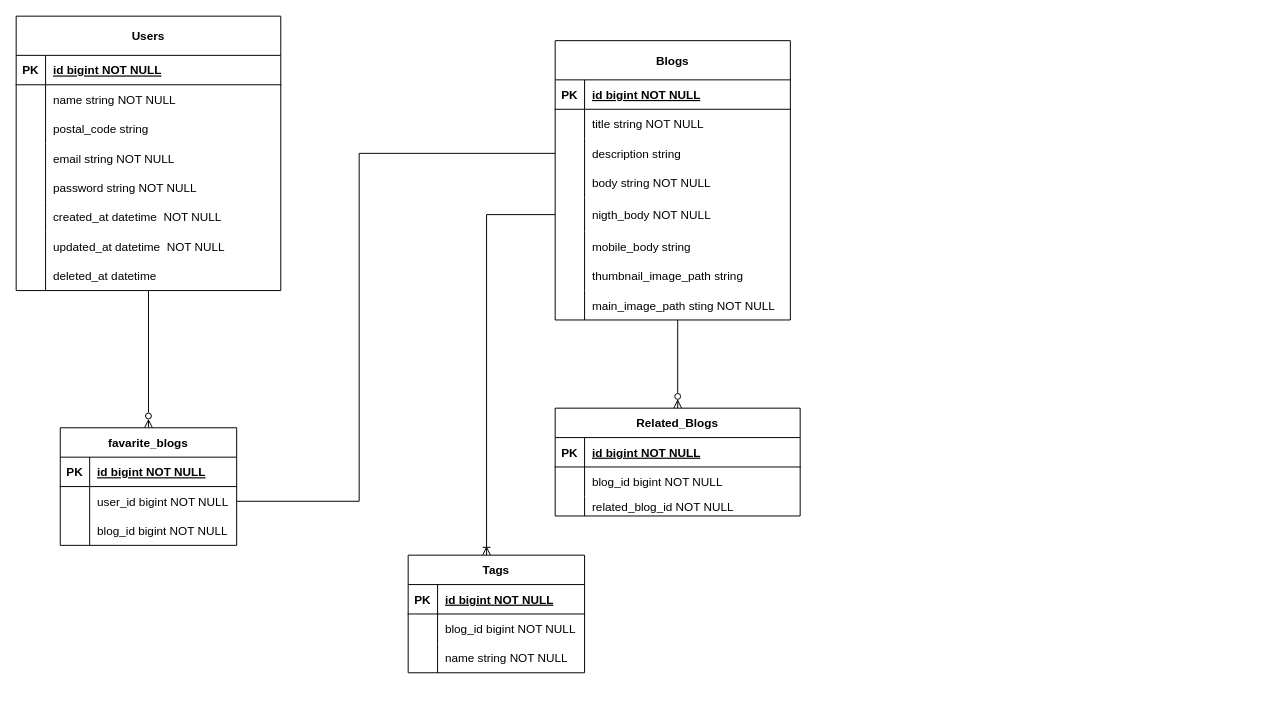
Earlier version of the draw.io diagram docs/changeable.drawio (takeruun/changeable-blog-api). Source tidied: cells renumbered, new cells numbered last; positions are measured from the earlier drawing's top-left corner, leaving out a move shared by most shapes. Both pictures are drawn from the tidied source at 98%, with x=0, y=0 at pixel (16, 16).
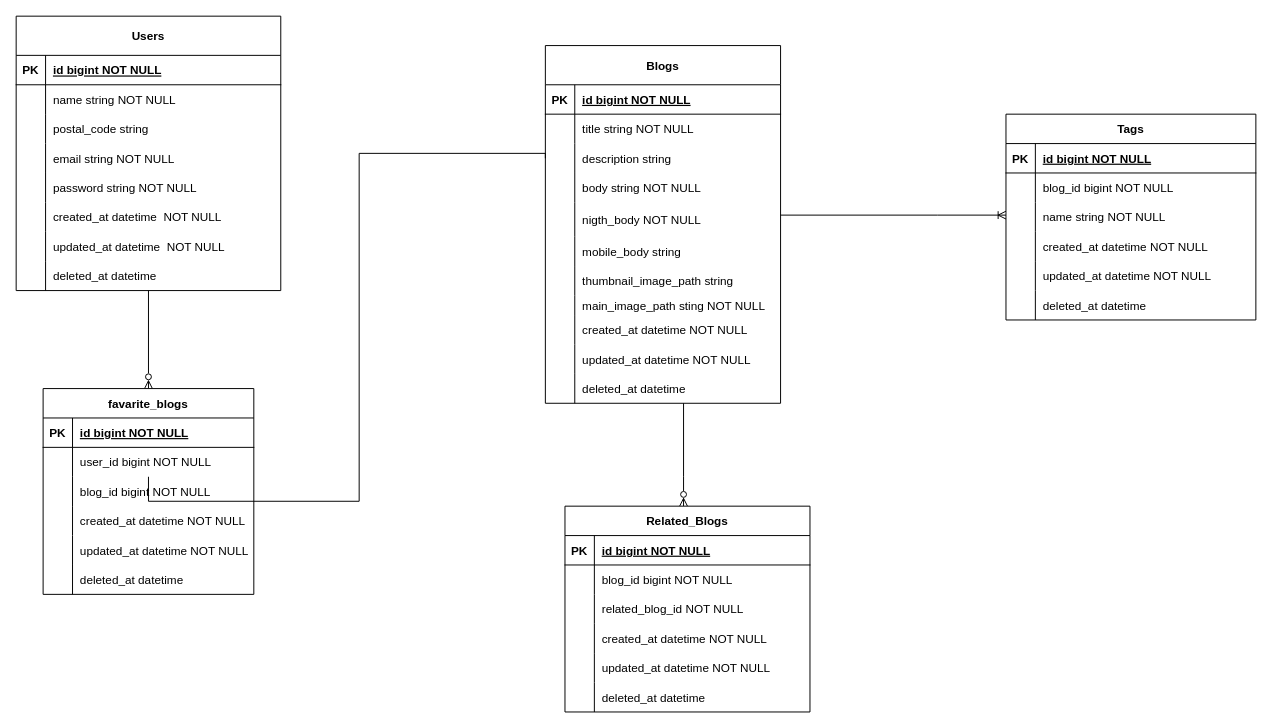
The same diagram, later.

Unchanged cells that the change refers to:
```xml
<mxCell id="40" style="shape=partialRectangle;fillColor=none;points=[[0,0.5],[1,0.5]];portConstraint=eastwest;top=0;left=0;right=0;bottom=0;" parent="27" vertex="1">
  <mxGeometry y="160" width="240" height="35" as="geometry" />
</mxCell>
```

The edit, as a diff of the source:
```diff
@@
     <mxCell id="27" value="Blogs" style="shape=table;startSize=40;childLayout=tableLayout;rowLines=0;fontStyle=1;align=center;" parent="1" vertex="1">
-      <mxGeometry x="550" y="25" width="240" height="285" as="geometry" />
+      <mxGeometry x="540" y="30" width="240" height="365" as="geometry" />
     </mxCell>
@@
     <mxCell id="49" style="shape=partialRectangle;fillColor=none;points=[[0,0.5],[1,0.5]];portConstraint=eastwest;top=0;left=0;right=0;bottom=0;" parent="27" vertex="1">
-      <mxGeometry y="255" width="240" height="30" as="geometry" />
+      <mxGeometry y="255" width="240" height="20" as="geometry" />
     </mxCell>
     <mxCell id="50" style="shape=partialRectangle;overflow=hidden;fillColor=none;top=0;left=0;bottom=0;right=0;" parent="49" vertex="1">
-      <mxGeometry width="30" height="30" as="geometry" />
+      <mxGeometry width="30" height="20" as="geometry" />
     </mxCell>
     <mxCell id="51" value="main_image_path sting NOT NULL" style="shape=partialRectangle;overflow=hidden;fillColor=none;top=0;left=0;bottom=0;right=0;align=left;spacingLeft=6;" parent="49" vertex="1">
-      <mxGeometry x="30" width="210" height="30" as="geometry" />
+      <mxGeometry x="30" width="210" height="20" as="geometry" />
     </mxCell>
+    <mxCell id="86" style="shape=partialRectangle;fillColor=none;top=0;left=0;right=0;bottom=0;" parent="27" vertex="1">
+      <mxGeometry y="275" width="240" height="30" as="geometry" />
+    </mxCell>
+    <mxCell id="87" style="shape=partialRectangle;overflow=hidden;fillColor=none;top=0;left=0;bottom=0;right=0;" parent="86" vertex="1">
+      <mxGeometry width="30" height="30" as="geometry" />
+    </mxCell>
+    <mxCell id="88" value="created_at datetime NOT NULL" style="shape=partialRectangle;overflow=hidden;fillColor=none;top=0;left=0;bottom=0;right=0;align=left;spacingLeft=6;" parent="86" vertex="1">
+      <mxGeometry x="30" width="210" height="30" as="geometry" />
+    </mxCell>
+    <mxCell id="89" style="shape=partialRectangle;fillColor=none;top=0;left=0;right=0;bottom=0;" parent="27" vertex="1">
+      <mxGeometry y="305" width="240" height="30" as="geometry" />
+    </mxCell>
+    <mxCell id="90" style="shape=partialRectangle;overflow=hidden;fillColor=none;top=0;left=0;bottom=0;right=0;" parent="89" vertex="1">
+      <mxGeometry width="30" height="30" as="geometry" />
+    </mxCell>
+    <mxCell id="91" value="updated_at datetime NOT NULL" style="shape=partialRectangle;overflow=hidden;fillColor=none;top=0;left=0;bottom=0;right=0;align=left;spacingLeft=6;" parent="89" vertex="1">
+      <mxGeometry x="30" width="210" height="30" as="geometry" />
+    </mxCell>
+    <mxCell id="92" style="shape=partialRectangle;fillColor=none;points=[[0,0.5],[1,0.5]];portConstraint=eastwest;top=0;left=0;right=0;bottom=0;" parent="27" vertex="1">
+      <mxGeometry y="335" width="240" height="30" as="geometry" />
+    </mxCell>
+    <mxCell id="93" style="shape=partialRectangle;overflow=hidden;fillColor=none;top=0;left=0;bottom=0;right=0;" parent="92" vertex="1">
+      <mxGeometry width="30" height="30" as="geometry" />
+    </mxCell>
+    <mxCell id="94" value="deleted_at datetime" style="shape=partialRectangle;overflow=hidden;fillColor=none;top=0;left=0;bottom=0;right=0;align=left;spacingLeft=6;" parent="92" vertex="1">
+      <mxGeometry x="30" width="210" height="30" as="geometry" />
+    </mxCell>
-    <mxCell id="52" style="edgeStyle=orthogonalEdgeStyle;rounded=0;jettySize=auto;html=1;endArrow=none;endFill=0;startArrow=ERzeroToMany;startFill=0;entryX=0.521;entryY=1;entryDx=0;entryDy=0;entryPerimeter=0;" parent="1" edge="1" source="53" target="49">
-      <mxGeometry relative="1" as="geometry" />
+    <mxCell id="52" style="edgeStyle=orthogonalEdgeStyle;rounded=0;jettySize=auto;html=1;endArrow=none;endFill=0;startArrow=ERzeroToMany;startFill=0;" parent="1" edge="1" source="53" target="92">
+      <mxGeometry relative="1" as="geometry">
+        <Array as="points">
+          <mxPoint x="681" y="470" />
+          <mxPoint x="681" y="470" />
+        </Array>
+      </mxGeometry>
     </mxCell>
     <mxCell id="53" value="Related_Blogs" style="shape=table;startSize=30;childLayout=tableLayout;rowLines=0;fontStyle=1;align=center;" parent="1" vertex="1">
-      <mxGeometry x="550" y="400" width="250" height="110" as="geometry" />
+      <mxGeometry x="560" y="500" width="250" height="210" as="geometry" />
     </mxCell>
@@
     <mxCell id="60" style="shape=tableRow;horizontal=0;startSize=0;swimlaneHead=0;swimlaneBody=0;fillColor=none;top=0;left=0;right=0;bottom=0;" parent="53" vertex="1">
-      <mxGeometry y="90" width="250" height="20" as="geometry" />
+      <mxGeometry y="90" width="250" height="30" as="geometry" />
     </mxCell>
     <mxCell id="61" style="shape=partialRectangle;fillColor=none;top=0;left=0;bottom=0;right=0;overflow=hidden;" parent="60" vertex="1">
-      <mxGeometry width="30" height="20" as="geometry" />
+      <mxGeometry width="30" height="30" as="geometry" />
     </mxCell>
     <mxCell id="62" value="related_blog_id NOT NULL" style="shape=partialRectangle;fillColor=none;top=0;left=0;bottom=0;right=0;align=left;spacingLeft=6;overflow=hidden;" parent="60" vertex="1">
-      <mxGeometry x="30" width="220" height="20" as="geometry" />
+      <mxGeometry x="30" width="220" height="30" as="geometry" />
     </mxCell>
+    <mxCell id="95" style="shape=tableRow;horizontal=0;startSize=0;swimlaneHead=0;swimlaneBody=0;fillColor=none;top=0;left=0;right=0;bottom=0;" parent="53" vertex="1">
+      <mxGeometry y="120" width="250" height="30" as="geometry" />
+    </mxCell>
+    <mxCell id="96" style="shape=partialRectangle;fillColor=none;top=0;left=0;bottom=0;right=0;overflow=hidden;" parent="95" vertex="1">
+      <mxGeometry width="30" height="30" as="geometry" />
+    </mxCell>
+    <mxCell id="97" value="created_at datetime NOT NULL" style="shape=partialRectangle;fillColor=none;top=0;left=0;bottom=0;right=0;align=left;spacingLeft=6;overflow=hidden;" parent="95" vertex="1">
+      <mxGeometry x="30" width="220" height="30" as="geometry" />
+    </mxCell>
+    <mxCell id="98" style="shape=tableRow;horizontal=0;startSize=0;swimlaneHead=0;swimlaneBody=0;fillColor=none;top=0;left=0;right=0;bottom=0;" parent="53" vertex="1">
+      <mxGeometry y="150" width="250" height="30" as="geometry" />
+    </mxCell>
+    <mxCell id="99" style="shape=partialRectangle;fillColor=none;top=0;left=0;bottom=0;right=0;overflow=hidden;" parent="98" vertex="1">
+      <mxGeometry width="30" height="30" as="geometry" />
+    </mxCell>
+    <mxCell id="100" value="updated_at datetime NOT NULL" style="shape=partialRectangle;fillColor=none;top=0;left=0;bottom=0;right=0;align=left;spacingLeft=6;overflow=hidden;" parent="98" vertex="1">
+      <mxGeometry x="30" width="220" height="30" as="geometry" />
+    </mxCell>
+    <mxCell id="101" style="shape=tableRow;horizontal=0;startSize=0;swimlaneHead=0;swimlaneBody=0;fillColor=none;top=0;left=0;right=0;bottom=0;" parent="53" vertex="1">
+      <mxGeometry y="180" width="250" height="30" as="geometry" />
+    </mxCell>
+    <mxCell id="102" style="shape=partialRectangle;fillColor=none;top=0;left=0;bottom=0;right=0;overflow=hidden;" parent="101" vertex="1">
+      <mxGeometry width="30" height="30" as="geometry" />
+    </mxCell>
+    <mxCell id="103" value="deleted_at datetime" style="shape=partialRectangle;fillColor=none;top=0;left=0;bottom=0;right=0;align=left;spacingLeft=6;overflow=hidden;" parent="101" vertex="1">
+      <mxGeometry x="30" width="220" height="30" as="geometry" />
+    </mxCell>
@@
     <mxCell id="64" value="favarite_blogs" style="shape=table;startSize=30;childLayout=tableLayout;rowLines=0;fontStyle=1;align=center;" parent="1" vertex="1">
-      <mxGeometry x="45" y="420" width="180" height="120" as="geometry" />
+      <mxGeometry x="27.5" y="380" width="215" height="210" as="geometry" />
     </mxCell>
     <mxCell id="65" style="shape=tableRow;horizontal=0;startSize=0;swimlaneHead=0;swimlaneBody=0;fillColor=none;top=0;left=0;right=0;bottom=1;" parent="64" vertex="1">
-      <mxGeometry y="30" width="180" height="30" as="geometry" />
+      <mxGeometry y="30" width="215" height="30" as="geometry" />
     </mxCell>
@@
     <mxCell id="67" value="id bigint NOT NULL" style="shape=partialRectangle;fillColor=none;top=0;left=0;bottom=0;right=0;align=left;spacingLeft=6;fontStyle=5;overflow=hidden;" parent="65" vertex="1">
-      <mxGeometry x="30" width="150" height="30" as="geometry" />
+      <mxGeometry x="30" width="185" height="30" as="geometry" />
     </mxCell>
     <mxCell id="68" style="shape=tableRow;horizontal=0;startSize=0;swimlaneHead=0;swimlaneBody=0;fillColor=none;points=[[0,0.5],[1,0.5]];portConstraint=eastwest;top=0;left=0;right=0;bottom=0;" parent="64" vertex="1">
-      <mxGeometry y="60" width="180" height="30" as="geometry" />
+      <mxGeometry y="60" width="215" height="30" as="geometry" />
     </mxCell>
@@
     <mxCell id="70" value="user_id bigint NOT NULL" style="shape=partialRectangle;fillColor=none;top=0;left=0;bottom=0;right=0;align=left;spacingLeft=6;overflow=hidden;" parent="68" vertex="1">
-      <mxGeometry x="30" width="150" height="30" as="geometry" />
+      <mxGeometry x="30" width="185" height="30" as="geometry" />
     </mxCell>
     <mxCell id="71" style="shape=tableRow;horizontal=0;startSize=0;swimlaneHead=0;swimlaneBody=0;fillColor=none;top=0;left=0;right=0;bottom=0;" parent="64" vertex="1">
-      <mxGeometry y="90" width="180" height="30" as="geometry" />
+      <mxGeometry y="90" width="215" height="30" as="geometry" />
     </mxCell>
@@
     <mxCell id="73" value="blog_id bigint NOT NULL" style="shape=partialRectangle;fillColor=none;top=0;left=0;bottom=0;right=0;align=left;spacingLeft=6;overflow=hidden;" parent="71" vertex="1">
-      <mxGeometry x="30" width="150" height="30" as="geometry" />
+      <mxGeometry x="30" width="185" height="30" as="geometry" />
     </mxCell>
+    <mxCell id="104" style="shape=tableRow;horizontal=0;startSize=0;swimlaneHead=0;swimlaneBody=0;fillColor=none;top=0;left=0;right=0;bottom=0;" parent="64" vertex="1">
+      <mxGeometry y="120" width="215" height="30" as="geometry" />
+    </mxCell>
+    <mxCell id="105" style="shape=partialRectangle;fillColor=none;top=0;left=0;bottom=0;right=0;overflow=hidden;" parent="104" vertex="1">
+      <mxGeometry width="30" height="30" as="geometry" />
+    </mxCell>
+    <mxCell id="106" value="created_at datetime NOT NULL" style="shape=partialRectangle;fillColor=none;top=0;left=0;bottom=0;right=0;align=left;spacingLeft=6;overflow=hidden;" parent="104" vertex="1">
+      <mxGeometry x="30" width="185" height="30" as="geometry" />
+    </mxCell>
+    <mxCell id="107" style="shape=tableRow;horizontal=0;startSize=0;swimlaneHead=0;swimlaneBody=0;fillColor=none;top=0;left=0;right=0;bottom=0;" parent="64" vertex="1">
+      <mxGeometry y="150" width="215" height="30" as="geometry" />
+    </mxCell>
+    <mxCell id="108" style="shape=partialRectangle;fillColor=none;top=0;left=0;bottom=0;right=0;overflow=hidden;" parent="107" vertex="1">
+      <mxGeometry width="30" height="30" as="geometry" />
+    </mxCell>
+    <mxCell id="109" value="updated_at datetime NOT NULL" style="shape=partialRectangle;fillColor=none;top=0;left=0;bottom=0;right=0;align=left;spacingLeft=6;overflow=hidden;" parent="107" vertex="1">
+      <mxGeometry x="30" width="185" height="30" as="geometry" />
+    </mxCell>
+    <mxCell id="110" style="shape=tableRow;horizontal=0;startSize=0;swimlaneHead=0;swimlaneBody=0;fillColor=none;top=0;left=0;right=0;bottom=0;" parent="64" vertex="1">
+      <mxGeometry y="180" width="215" height="30" as="geometry" />
+    </mxCell>
+    <mxCell id="111" style="shape=partialRectangle;fillColor=none;top=0;left=0;bottom=0;right=0;overflow=hidden;" parent="110" vertex="1">
+      <mxGeometry width="30" height="30" as="geometry" />
+    </mxCell>
+    <mxCell id="112" value="deleted_at datetime" style="shape=partialRectangle;fillColor=none;top=0;left=0;bottom=0;right=0;align=left;spacingLeft=6;overflow=hidden;" parent="110" vertex="1">
+      <mxGeometry x="30" width="185" height="30" as="geometry" />
+    </mxCell>
@@
-    <mxCell id="75" style="edgeStyle=orthogonalEdgeStyle;rounded=0;jettySize=auto;html=1;entryX=0;entryY=0.5;entryDx=0;entryDy=0;startArrow=ERoneToMany;startFill=0;endArrow=none;endFill=0;" parent="1" edge="1" source="76" target="40">
+    <mxCell id="75" style="edgeStyle=orthogonalEdgeStyle;rounded=0;jettySize=auto;html=1;startArrow=ERoneToMany;startFill=0;endArrow=none;endFill=0;" parent="1" edge="1" source="76">
       <mxGeometry relative="1" as="geometry">
+        <mxPoint x="780" y="203" as="targetPoint" />
         <Array as="points">
-          <mxPoint x="480" y="203" />
+          <mxPoint x="940" y="203" />
+          <mxPoint x="940" y="203" />
         </Array>
       </mxGeometry>
     </mxCell>
     <mxCell id="76" value="Tags" style="shape=table;startSize=30;childLayout=tableLayout;rowLines=0;fontStyle=1;align=center;" parent="1" vertex="1">
-      <mxGeometry x="400" y="550" width="180" height="120" as="geometry" />
+      <mxGeometry x="1010" y="100" width="255" height="210" as="geometry" />
     </mxCell>
     <mxCell id="77" style="shape=tableRow;horizontal=0;startSize=0;swimlaneHead=0;swimlaneBody=0;fillColor=none;top=0;left=0;right=0;bottom=1;" parent="76" vertex="1">
-      <mxGeometry y="30" width="180" height="30" as="geometry" />
+      <mxGeometry y="30" width="255" height="30" as="geometry" />
     </mxCell>
@@
     <mxCell id="79" value="id bigint NOT NULL" style="shape=partialRectangle;fillColor=none;top=0;left=0;bottom=0;right=0;align=left;spacingLeft=6;fontStyle=5;overflow=hidden;" parent="77" vertex="1">
-      <mxGeometry x="30" width="150" height="30" as="geometry" />
+      <mxGeometry x="30" width="225" height="30" as="geometry" />
     </mxCell>
     <mxCell id="80" style="shape=tableRow;horizontal=0;startSize=0;swimlaneHead=0;swimlaneBody=0;fillColor=none;top=0;left=0;right=0;bottom=0;" parent="76" vertex="1">
-      <mxGeometry y="60" width="180" height="30" as="geometry" />
+      <mxGeometry y="60" width="255" height="30" as="geometry" />
     </mxCell>
@@
     <mxCell id="82" value="blog_id bigint NOT NULL" style="shape=partialRectangle;fillColor=none;top=0;left=0;bottom=0;right=0;align=left;spacingLeft=6;overflow=hidden;" parent="80" vertex="1">
-      <mxGeometry x="30" width="150" height="30" as="geometry" />
+      <mxGeometry x="30" width="225" height="30" as="geometry" />
     </mxCell>
     <mxCell id="83" style="shape=tableRow;horizontal=0;startSize=0;swimlaneHead=0;swimlaneBody=0;fillColor=none;top=0;left=0;right=0;bottom=0;" parent="76" vertex="1">
-      <mxGeometry y="90" width="180" height="30" as="geometry" />
+      <mxGeometry y="90" width="255" height="30" as="geometry" />
     </mxCell>
@@
     <mxCell id="85" value="name string NOT NULL" style="shape=partialRectangle;fillColor=none;top=0;left=0;bottom=0;right=0;align=left;spacingLeft=6;overflow=hidden;" parent="83" vertex="1">
-      <mxGeometry x="30" width="150" height="30" as="geometry" />
+      <mxGeometry x="30" width="225" height="30" as="geometry" />
     </mxCell>
+    <mxCell id="113" style="shape=tableRow;horizontal=0;startSize=0;swimlaneHead=0;swimlaneBody=0;fillColor=none;top=0;left=0;right=0;bottom=0;" parent="76" vertex="1">
+      <mxGeometry y="120" width="255" height="30" as="geometry" />
+    </mxCell>
+    <mxCell id="114" style="shape=partialRectangle;fillColor=none;top=0;left=0;bottom=0;right=0;overflow=hidden;" parent="113" vertex="1">
+      <mxGeometry width="30" height="30" as="geometry" />
+    </mxCell>
+    <mxCell id="115" value="created_at datetime NOT NULL" style="shape=partialRectangle;fillColor=none;top=0;left=0;bottom=0;right=0;align=left;spacingLeft=6;overflow=hidden;" parent="113" vertex="1">
+      <mxGeometry x="30" width="225" height="30" as="geometry" />
+    </mxCell>
+    <mxCell id="116" style="shape=tableRow;horizontal=0;startSize=0;swimlaneHead=0;swimlaneBody=0;fillColor=none;top=0;left=0;right=0;bottom=0;" parent="76" vertex="1">
+      <mxGeometry y="150" width="255" height="30" as="geometry" />
+    </mxCell>
+    <mxCell id="117" style="shape=partialRectangle;fillColor=none;top=0;left=0;bottom=0;right=0;overflow=hidden;" parent="116" vertex="1">
+      <mxGeometry width="30" height="30" as="geometry" />
+    </mxCell>
+    <mxCell id="118" value="updated_at datetime NOT NULL" style="shape=partialRectangle;fillColor=none;top=0;left=0;bottom=0;right=0;align=left;spacingLeft=6;overflow=hidden;" parent="116" vertex="1">
+      <mxGeometry x="30" width="225" height="30" as="geometry" />
+    </mxCell>
+    <mxCell id="119" style="shape=tableRow;horizontal=0;startSize=0;swimlaneHead=0;swimlaneBody=0;fillColor=none;top=0;left=0;right=0;bottom=0;" parent="76" vertex="1">
+      <mxGeometry y="180" width="255" height="30" as="geometry" />
+    </mxCell>
+    <mxCell id="120" style="shape=partialRectangle;fillColor=none;top=0;left=0;bottom=0;right=0;overflow=hidden;" parent="119" vertex="1">
+      <mxGeometry width="30" height="30" as="geometry" />
+    </mxCell>
+    <mxCell id="121" value="deleted_at datetime" style="shape=partialRectangle;fillColor=none;top=0;left=0;bottom=0;right=0;align=left;spacingLeft=6;overflow=hidden;" parent="119" vertex="1">
+      <mxGeometry x="30" width="225" height="30" as="geometry" />
+    </mxCell>
```
